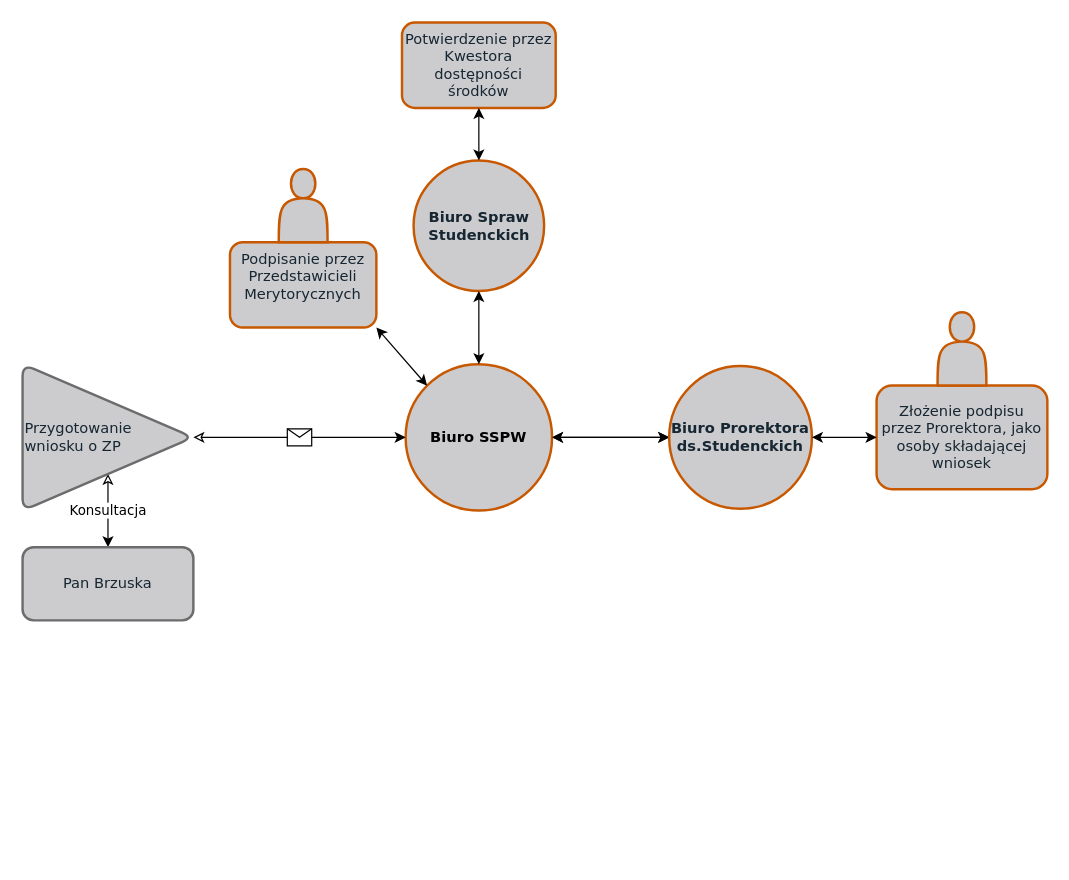
Earlier version of the draw.io diagram Untitled Diagram.drawio (WelfareUnit/Projekt2). Source tidied: cells renumbered, new cells numbered last; positions are measured from the earlier drawing's top-left corner, leaving out a move shared by most shapes. Both pictures are drawn from the tidied source at 122%, with x=0, y=0 at pixel (22, 22).
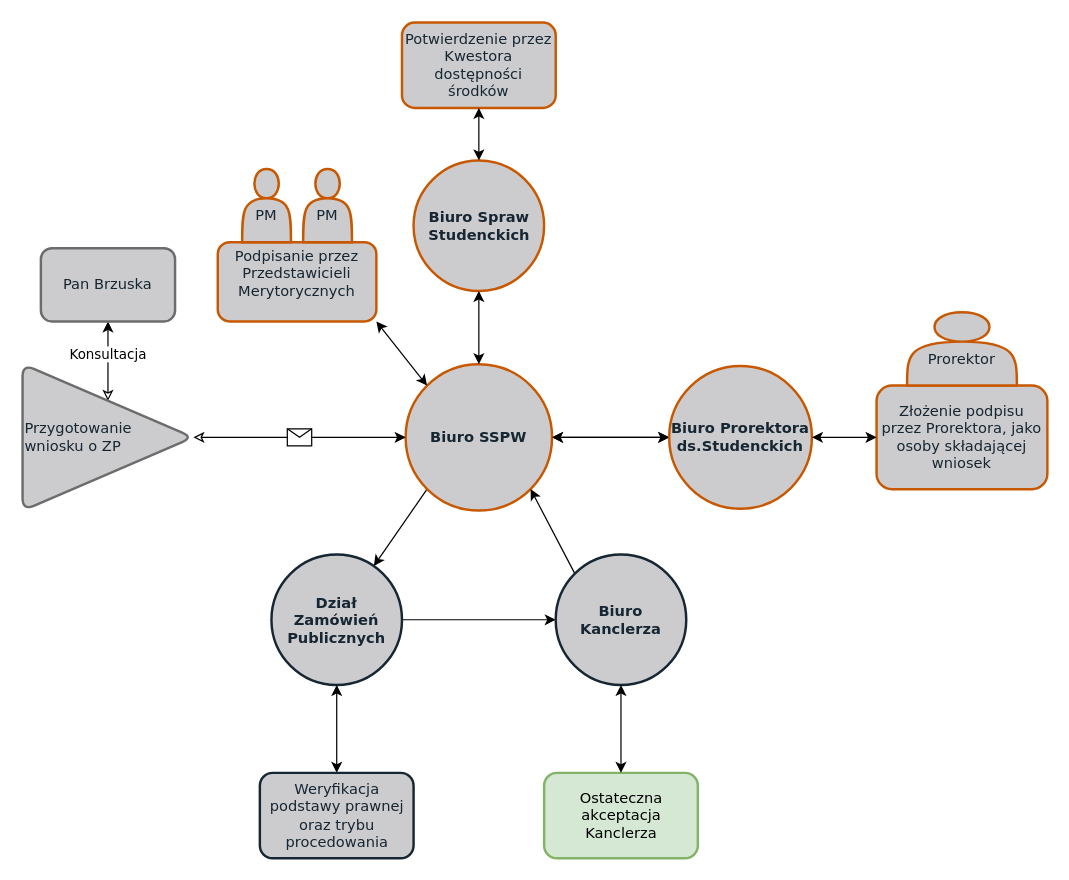
After the change.

Commit message:
chyba finito

The change refers to these unchanged cells:
```xml
<mxCell id="3" value="Przygotowanie wniosku o ZP" style="triangle;whiteSpace=wrap;html=1;fontFamily=Verdana;align=left;strokeWidth=2;rounded=1;fillColor=#cccccf;strokeColor=#6C6C6C;fontColor=#162632;" parent="1" vertex="1">
  <mxGeometry y="280" width="140" height="120" as="geometry" />
</mxCell>
```

Change to the diagram source:
```diff
@@
-    <mxCell id="2" value="&lt;div style=&quot;font-size: 11px;&quot;&gt;Konsultacja&lt;/div&gt;" style="edgeStyle=orthogonalEdgeStyle;rounded=0;jettySize=auto;html=1;exitX=0.5;exitY=1;exitDx=0;exitDy=0;entryX=0.5;entryY=0;entryDx=0;entryDy=0;fontFamily=Verdana;startArrow=classic;startFill=0;fontSize=11;" parent="1" edge="1" source="3" target="6">
-      <mxGeometry relative="1" as="geometry">
-        <Array as="points">
-          <mxPoint x="70" y="380" />
-          <mxPoint x="70" y="380" />
-        </Array>
-      </mxGeometry>
+    <mxCell id="2" value="&lt;div style=&quot;font-size: 11px;&quot;&gt;Konsultacja&lt;/div&gt;" style="edgeStyle=orthogonalEdgeStyle;rounded=0;jettySize=auto;html=1;exitX=0.5;exitY=0;exitDx=0;exitDy=0;entryX=0.5;entryY=1;entryDx=0;entryDy=0;fontFamily=Verdana;startArrow=classic;startFill=0;fontSize=11;" parent="1" edge="1" source="3" target="6">
+      <mxGeometry relative="1" as="geometry" />
     </mxCell>
@@
+    <mxCell id="21" style="edgeStyle=none;jettySize=auto;html=1;exitX=0;exitY=1;exitDx=0;exitDy=0;fontFamily=Verdana;fontSize=12;fontColor=#162632;startArrow=none;startFill=0;" parent="1" edge="1" source="5" target="24">
+      <mxGeometry relative="1" as="geometry" />
+    </mxCell>
-    <mxCell id="5" value="&lt;div style=&quot;font-size: 12px;&quot;&gt;Biuro SSPW&lt;br style=&quot;font-size: 12px;&quot;&gt;&lt;/div&gt;" style="ellipse;whiteSpace=wrap;html=1;rounded=1;fontFamily=Verdana;fontSize=12;strokeWidth=2;fillColor=#CCCCCF;align=center;strokeColor=#C85800;fontStyle=1;" parent="1" vertex="1">
+    <mxCell id="5" value="&lt;div style=&quot;font-size: 12px;&quot;&gt;Biuro SSPW&lt;br style=&quot;font-size: 12px;&quot;&gt;&lt;/div&gt;" style="ellipse;whiteSpace=wrap;html=1;rounded=1;fontFamily=Verdana;fontSize=12;strokeWidth=2;fillColor=#CCCCCF;align=center;strokeColor=#C85800;fontStyle=1;fontColor=#162632;" parent="1" vertex="1">
       <mxGeometry x="314" y="280" width="120" height="120" as="geometry" />
     </mxCell>
     <mxCell id="6" value="Pan Brzuska" style="rounded=1;whiteSpace=wrap;html=1;fontFamily=Verdana;fontSize=12;strokeColor=#6C6C6C;strokeWidth=2;fillColor=#CCCCCF;align=center;fontColor=#162632;" parent="1" vertex="1">
-      <mxGeometry y="430" width="140" height="60" as="geometry" />
+      <mxGeometry x="15" y="185" width="110" height="60" as="geometry" />
     </mxCell>
@@
     <mxCell id="10" value="&#10;Podpisanie przez Przedstawicieli Merytorycznych&#10;&#10;" style="rounded=1;whiteSpace=wrap;html=1;fontFamily=Verdana;fontSize=12;fontColor=#162632;strokeWidth=2;fillColor=#CCCCCF;align=center;strokeColor=#C85800;labelPosition=center;verticalLabelPosition=middle;verticalAlign=middle;" parent="1" vertex="1">
-      <mxGeometry x="170" y="180" width="120" height="70" as="geometry" />
+      <mxGeometry x="160" y="180" width="130" height="65" as="geometry" />
     </mxCell>
@@
-    <mxCell id="19" style="shape=actor;whiteSpace=wrap;html=1;rounded=1;fontFamily=Verdana;fontSize=12;fontColor=#162632;strokeColor=#C85800;strokeWidth=2;fillColor=#CCCCCF;align=center;" parent="1" vertex="1">
-      <mxGeometry x="750" y="237.5" width="40" height="60" as="geometry" />
-    </mxCell>
-    <mxCell id="20" style="shape=actor;whiteSpace=wrap;html=1;rounded=1;fontFamily=Verdana;fontSize=12;fontColor=#162632;strokeColor=#C85800;strokeWidth=2;fillColor=#CCCCCF;align=center;" parent="1" vertex="1">
-      <mxGeometry x="210" y="120" width="40" height="60" as="geometry" />
-    </mxCell>
+    <mxCell id="22" value="&lt;div&gt;&lt;br&gt;&lt;/div&gt;&lt;div&gt;Prorektor&lt;/div&gt;" style="shape=actor;whiteSpace=wrap;html=1;rounded=1;fontFamily=Verdana;fontSize=12;fontColor=#162632;strokeColor=#C85800;strokeWidth=2;fillColor=#CCCCCF;align=center;" parent="1" vertex="1">
+      <mxGeometry x="725" y="237.5" width="90" height="60" as="geometry" />
+    </mxCell>
+    <mxCell id="23" style="edgeStyle=none;jettySize=auto;html=1;exitX=1;exitY=0.5;exitDx=0;exitDy=0;entryX=0;entryY=0.5;entryDx=0;entryDy=0;fontFamily=Verdana;fontSize=12;fontColor=#162632;startArrow=none;startFill=0;" parent="1" edge="1" source="24" target="26">
+      <mxGeometry relative="1" as="geometry" />
+    </mxCell>
+    <mxCell id="24" value="Dział Zamówień Publicznych" style="ellipse;whiteSpace=wrap;html=1;rounded=1;fontFamily=Verdana;fontSize=12;fontColor=#162632;strokeWidth=2;fillColor=#CCCCCF;align=center;fontStyle=1;strokeColor=#162632;" parent="1" vertex="1">
+      <mxGeometry x="204" y="436" width="107" height="107" as="geometry" />
+    </mxCell>
+    <mxCell id="25" style="edgeStyle=none;jettySize=auto;html=1;exitX=0;exitY=0;exitDx=0;exitDy=0;entryX=1;entryY=1;entryDx=0;entryDy=0;fontFamily=Verdana;fontSize=12;fontColor=#162632;startArrow=none;startFill=0;" parent="1" edge="1" source="26" target="5">
+      <mxGeometry relative="1" as="geometry" />
+    </mxCell>
+    <mxCell id="26" value="Biuro Kanclerza" style="ellipse;whiteSpace=wrap;html=1;rounded=1;fontFamily=Verdana;fontSize=12;fontColor=#162632;strokeWidth=2;fillColor=#CCCCCF;align=center;fontStyle=1;strokeColor=#162632;" parent="1" vertex="1">
+      <mxGeometry x="437" y="436" width="107" height="107" as="geometry" />
+    </mxCell>
+    <mxCell id="27" value="&lt;div&gt;&lt;br&gt;&lt;/div&gt;&lt;div&gt;PM&lt;/div&gt;" style="shape=actor;whiteSpace=wrap;html=1;rounded=1;fontFamily=Verdana;fontSize=12;fontColor=#162632;strokeColor=#C85800;strokeWidth=2;fillColor=#CCCCCF;align=center;" parent="1" vertex="1">
+      <mxGeometry x="230" y="120" width="40" height="60" as="geometry" />
+    </mxCell>
+    <mxCell id="28" value="&lt;div&gt;&lt;br&gt;&lt;/div&gt;&lt;div&gt;PM&lt;/div&gt;" style="shape=actor;whiteSpace=wrap;html=1;rounded=1;fontFamily=Verdana;fontSize=12;fontColor=#162632;strokeColor=#C85800;strokeWidth=2;fillColor=#CCCCCF;align=center;" parent="1" vertex="1">
+      <mxGeometry x="180" y="120" width="40" height="60" as="geometry" />
+    </mxCell>
+    <mxCell id="29" value="Ostateczna akceptacja Kanclerza" style="rounded=1;whiteSpace=wrap;html=1;fontFamily=Verdana;fontSize=12;strokeColor=#82b366;strokeWidth=2;fillColor=#d5e8d4;align=center;" parent="1" vertex="1">
+      <mxGeometry x="427.5" y="615" width="126" height="70" as="geometry" />
+    </mxCell>
+    <mxCell id="30" style="endArrow=classic;startArrow=classic;html=1;fontFamily=Verdana;fontSize=12;fontColor=#162632;exitX=0.5;exitY=1;exitDx=0;exitDy=0;entryX=0.5;entryY=0;entryDx=0;entryDy=0;" parent="1" edge="1" source="24" target="31">
+      <mxGeometry relative="1" as="geometry" />
+    </mxCell>
+    <mxCell id="31" value="Weryfikacja podstawy prawnej oraz trybu procedowania" style="rounded=1;whiteSpace=wrap;html=1;fontFamily=Verdana;fontSize=12;fontColor=#162632;strokeWidth=2;fillColor=#CCCCCF;align=center;strokeColor=#162632;" parent="1" vertex="1">
+      <mxGeometry x="194.5" y="615" width="126" height="70" as="geometry" />
+    </mxCell>
+    <mxCell id="32" style="endArrow=classic;startArrow=classic;html=1;fontFamily=Verdana;fontSize=12;fontColor=#162632;exitX=0.5;exitY=1;exitDx=0;exitDy=0;entryX=0.5;entryY=0;entryDx=0;entryDy=0;" parent="1" edge="1" source="26" target="29">
+      <mxGeometry relative="1" as="geometry" />
+    </mxCell>
```
